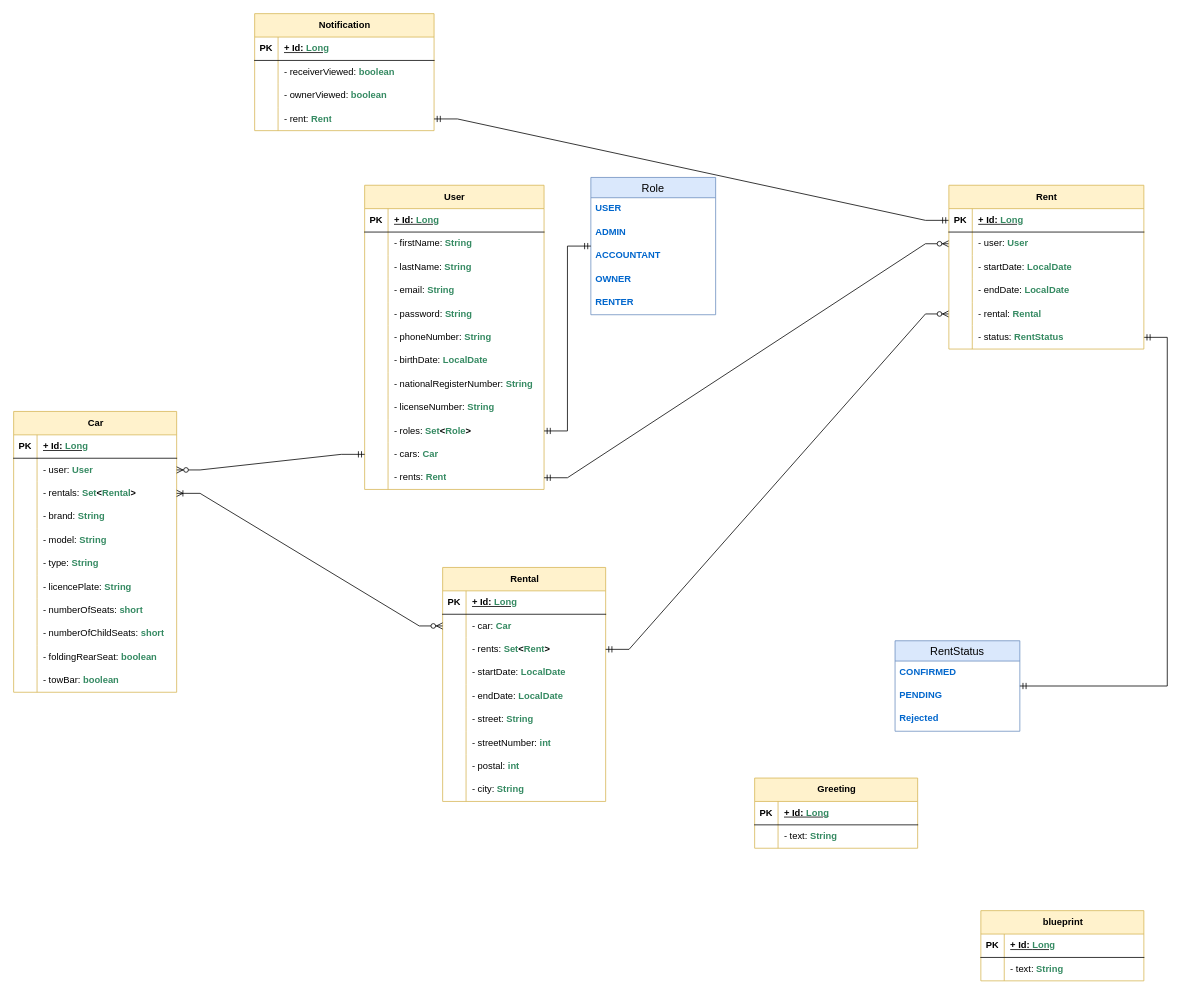
The draw.io diagram analyse/ERD/ERD.drawio in UcllSoftwareEngineering2324/software-engineering-backend-groep02, before the edit. Source tidied: cells renumbered, new cells numbered last; positions are measured from the earlier drawing's top-left corner, leaving out a move shared by most shapes. Both pictures are drawn from the tidied source at 78%, with x=0, y=0 at pixel (13, 13).
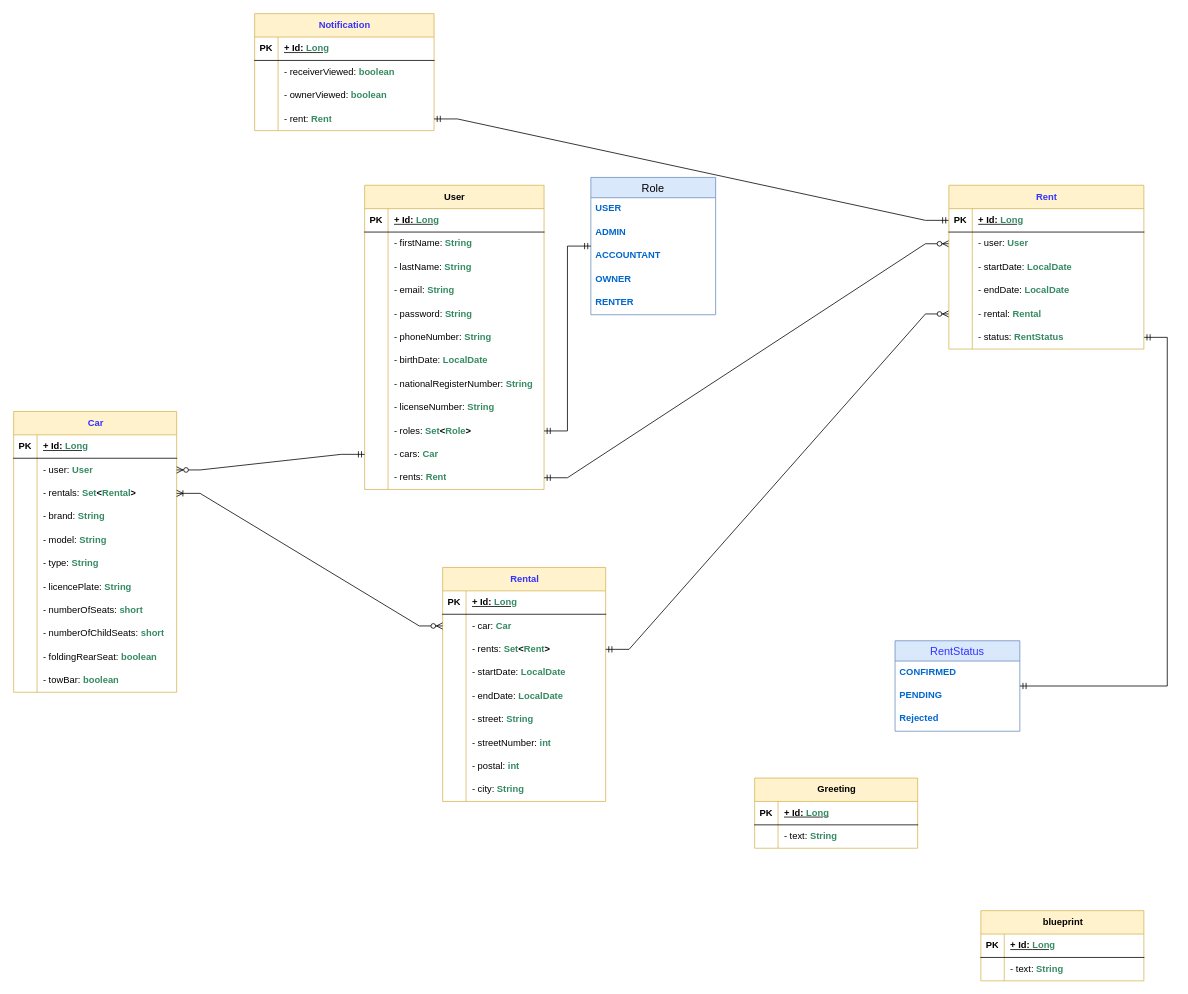
The same diagram, later.

What changed in the source:
```diff
@@
-    <mxCell id="2" value="Car" style="shape=table;startSize=30;childLayout=tableLayout;rowLines=0;fontStyle=1;align=center;html=1;fillColor=#fff2cc;strokeColor=#d6b656;" parent="1" vertex="1">
+    <mxCell id="2" value="&lt;font color=&quot;#3333ff&quot;&gt;Car&lt;/font&gt;" style="shape=table;startSize=30;childLayout=tableLayout;rowLines=0;fontStyle=1;align=center;html=1;fillColor=#fff2cc;strokeColor=#d6b656;" parent="1" vertex="1">
       <mxGeometry y="510" width="209" height="360" as="geometry" />
     </mxCell>
@@
-    <mxCell id="50" value="RentStatus" style="swimlane;fontStyle=0;horizontal=1;startSize=26;align=center;fontSize=14;fillColor=#dae8fc;strokeColor=#6c8ebf;" parent="1" vertex="1">
+    <mxCell id="50" value="RentStatus" style="swimlane;fontStyle=0;horizontal=1;startSize=26;align=center;fontSize=14;fillColor=#dae8fc;strokeColor=#6c8ebf;fontColor=#3333FF;" parent="1" vertex="1">
       <mxGeometry x="1130" y="804" width="160" height="116" as="geometry" />
     </mxCell>
@@
-    <mxCell id="55" value="Rental" style="shape=table;startSize=30;childLayout=tableLayout;rowLines=0;fontStyle=1;align=center;html=1;fillColor=#fff2cc;strokeColor=#d6b656;" parent="1" vertex="1">
+    <mxCell id="55" value="&lt;font color=&quot;#3333ff&quot;&gt;Rental&lt;/font&gt;" style="shape=table;startSize=30;childLayout=tableLayout;rowLines=0;fontStyle=1;align=center;html=1;fillColor=#fff2cc;strokeColor=#d6b656;" parent="1" vertex="1">
       <mxGeometry x="550" y="710" width="209" height="300" as="geometry" />
     </mxCell>
@@
-    <mxCell id="83" value="Notification" style="shape=table;startSize=30;childLayout=tableLayout;rowLines=0;fontStyle=1;align=center;html=1;fillColor=#fff2cc;strokeColor=#d6b656;" parent="1" vertex="1">
+    <mxCell id="83" value="&lt;font color=&quot;#3333ff&quot;&gt;Notification&lt;/font&gt;" style="shape=table;startSize=30;childLayout=tableLayout;rowLines=0;fontStyle=1;align=center;html=1;fillColor=#fff2cc;strokeColor=#d6b656;" parent="1" vertex="1">
       <mxGeometry x="309" width="230" height="150" as="geometry" />
     </mxCell>
@@
-    <mxCell id="145" value="Rent" style="shape=table;startSize=30;childLayout=tableLayout;rowLines=0;fontStyle=1;align=center;html=1;fillColor=#fff2cc;strokeColor=#d6b656;" parent="1" vertex="1">
+    <mxCell id="145" value="&lt;font color=&quot;#3333ff&quot;&gt;Rent&lt;/font&gt;" style="shape=table;startSize=30;childLayout=tableLayout;rowLines=0;fontStyle=1;align=center;html=1;fillColor=#fff2cc;strokeColor=#d6b656;" parent="1" vertex="1">
       <mxGeometry x="1199" y="220" width="250" height="210" as="geometry" />
     </mxCell>
```
